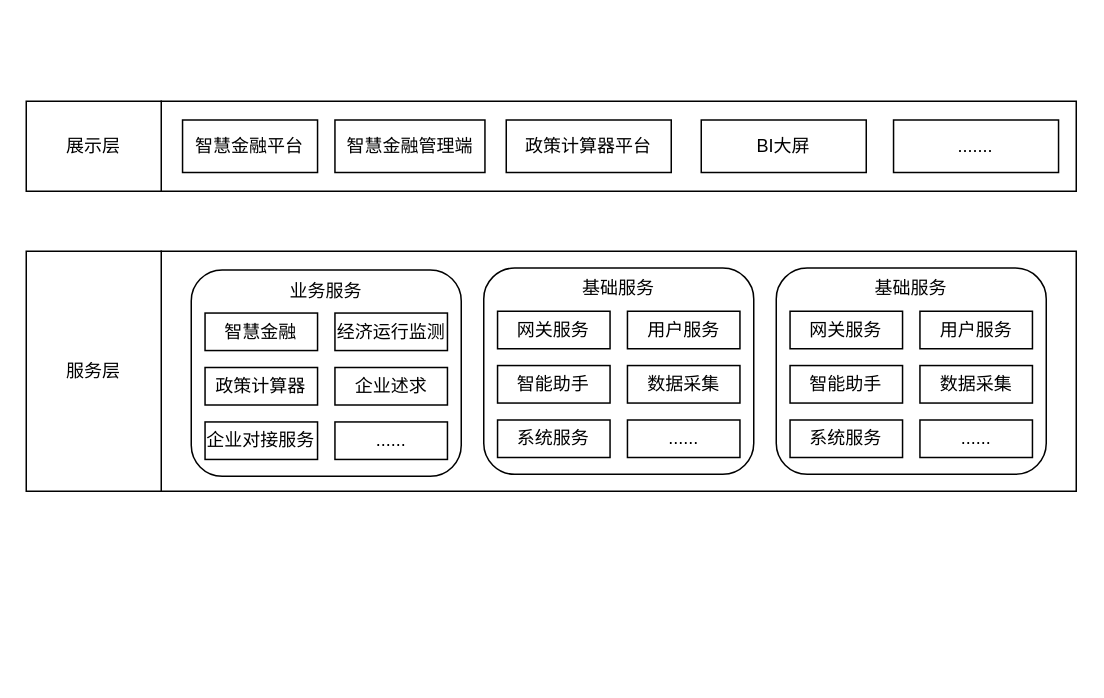
Before: yzs/智慧金融.drawio in yanglei1992/documents, a draw.io diagram. Source tidied: cells renumbered, new cells numbered last; positions are measured from the earlier drawing's top-left corner, leaving out a move shared by most shapes. Both pictures are drawn from the tidied source at 150%, with x=0, y=0 at pixel (26, 100).
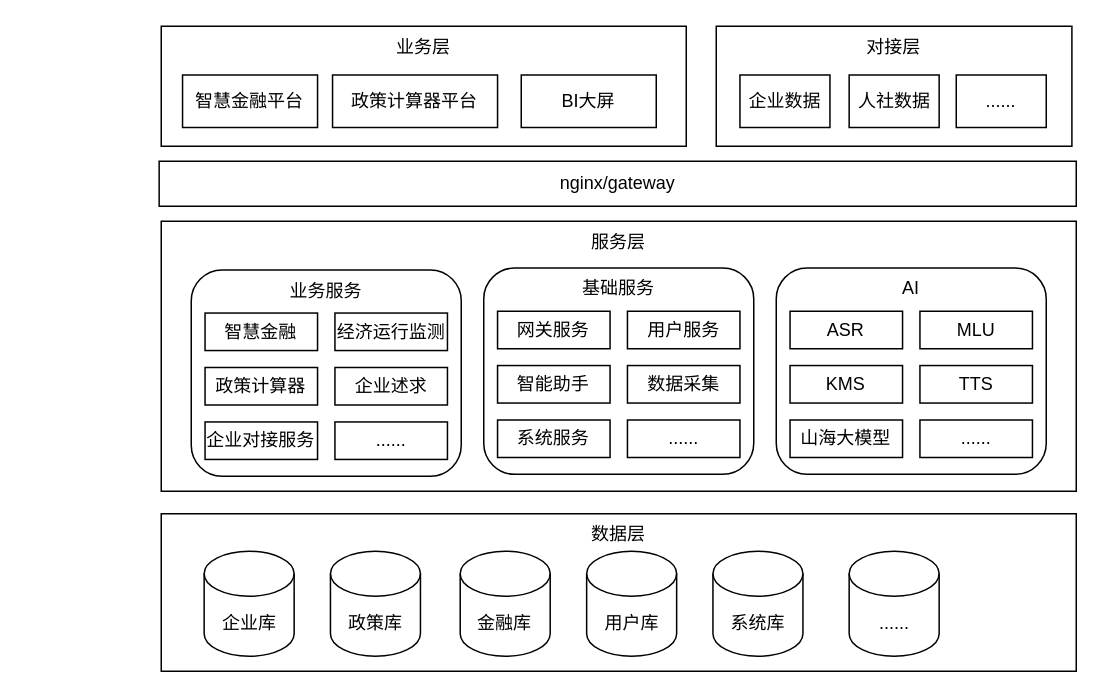
The same diagram, later.

Commit message (it also covers changes not shown here):
更新智慧金融.drawio

Change to the diagram source:
```diff
@@
-    <mxCell id="2" style="rounded=0;whiteSpace=wrap;html=1;" parent="1" vertex="1">
-      <mxGeometry x="90" width="610" height="60" as="geometry" />
+    <mxCell id="2" value="业务层" style="rounded=0;whiteSpace=wrap;html=1;verticalAlign=top;" parent="1" vertex="1">
+      <mxGeometry x="90" y="-50" width="350" height="80" as="geometry" />
     </mxCell>
     <mxCell id="3" value="智慧金融平台" style="rounded=0;whiteSpace=wrap;html=1;" parent="1" vertex="1">
-      <mxGeometry x="104.2" y="12.5" width="90" height="35" as="geometry" />
+      <mxGeometry x="104.2" y="-17.5" width="90" height="35" as="geometry" />
     </mxCell>
-    <mxCell id="4" value="展示层" style="rounded=0;whiteSpace=wrap;html=1;" parent="1" vertex="1">
-      <mxGeometry width="90" height="60" as="geometry" />
-    </mxCell>
     <mxCell id="5" value="政策计算器平台" style="rounded=0;whiteSpace=wrap;html=1;" parent="1" vertex="1">
-      <mxGeometry x="320" y="12.5" width="110" height="35" as="geometry" />
+      <mxGeometry x="204.2" y="-17.5" width="110" height="35" as="geometry" />
     </mxCell>
-    <mxCell id="6" value="智慧金融管理端" style="rounded=0;whiteSpace=wrap;html=1;" parent="1" vertex="1">
-      <mxGeometry x="205.8" y="12.5" width="100" height="35" as="geometry" />
-    </mxCell>
-    <mxCell id="7" value="......." style="rounded=0;whiteSpace=wrap;html=1;" parent="1" vertex="1">
-      <mxGeometry x="578.2" y="12.5" width="110" height="35" as="geometry" />
-    </mxCell>
-    <mxCell id="8" style="rounded=0;whiteSpace=wrap;html=1;" parent="1" vertex="1">
-      <mxGeometry x="90" y="100" width="610" height="160" as="geometry" />
+    <mxCell id="8" value="服务层" style="rounded=0;whiteSpace=wrap;html=1;verticalAlign=top;" parent="1" vertex="1">
+      <mxGeometry x="90" y="80" width="610" height="180" as="geometry" />
     </mxCell>
-    <mxCell id="9" value="服务层" style="rounded=0;whiteSpace=wrap;html=1;" parent="1" vertex="1">
-      <mxGeometry y="100" width="90" height="160" as="geometry" />
-    </mxCell>
@@
-    <mxCell id="24" value="&lt;div style=&quot;&quot;&gt;&lt;span style=&quot;background-color: initial;&quot;&gt;基础服务&lt;/span&gt;&lt;/div&gt;" style="rounded=1;whiteSpace=wrap;html=1;align=center;verticalAlign=top;" parent="1" vertex="1">
+    <mxCell id="24" value="&lt;div style=&quot;&quot;&gt;&lt;span style=&quot;background-color: initial;&quot;&gt;AI&lt;/span&gt;&lt;/div&gt;" style="rounded=1;whiteSpace=wrap;html=1;align=center;verticalAlign=top;" parent="1" vertex="1">
       <mxGeometry x="500" y="111.2" width="180" height="137.5" as="geometry" />
     </mxCell>
-    <mxCell id="25" value="网关服务" style="rounded=0;whiteSpace=wrap;html=1;" parent="1" vertex="1">
+    <mxCell id="25" value="ASR" style="rounded=0;whiteSpace=wrap;html=1;" parent="1" vertex="1">
       <mxGeometry x="509.2" y="140" width="75" height="25" as="geometry" />
     </mxCell>
-    <mxCell id="26" value="用户服务" style="rounded=0;whiteSpace=wrap;html=1;" parent="1" vertex="1">
+    <mxCell id="26" value="MLU" style="rounded=0;whiteSpace=wrap;html=1;" parent="1" vertex="1">
       <mxGeometry x="595.8" y="140" width="75" height="25" as="geometry" />
     </mxCell>
-    <mxCell id="27" value="智能助手" style="rounded=0;whiteSpace=wrap;html=1;" parent="1" vertex="1">
+    <mxCell id="27" value="KMS" style="rounded=0;whiteSpace=wrap;html=1;" parent="1" vertex="1">
       <mxGeometry x="509.2" y="176.2" width="75" height="25" as="geometry" />
     </mxCell>
-    <mxCell id="28" value="数据采集" style="rounded=0;whiteSpace=wrap;html=1;" parent="1" vertex="1">
+    <mxCell id="28" value="TTS" style="rounded=0;whiteSpace=wrap;html=1;" parent="1" vertex="1">
       <mxGeometry x="595.8" y="176.2" width="75" height="25" as="geometry" />
     </mxCell>
@@
-    <mxCell id="30" value="系统服务" style="rounded=0;whiteSpace=wrap;html=1;" parent="1" vertex="1">
+    <mxCell id="30" value="山海大模型" style="rounded=0;whiteSpace=wrap;html=1;" parent="1" vertex="1">
       <mxGeometry x="509.2" y="212.5" width="75" height="25" as="geometry" />
     </mxCell>
     <mxCell id="31" value="BI大屏" style="rounded=0;whiteSpace=wrap;html=1;" parent="1" vertex="1">
-      <mxGeometry x="450" y="12.5" width="110" height="35" as="geometry" />
+      <mxGeometry x="330" y="-17.5" width="90" height="35" as="geometry" />
     </mxCell>
+    <mxCell id="32" value="对接层" style="rounded=0;whiteSpace=wrap;html=1;verticalAlign=top;" parent="1" vertex="1">
+      <mxGeometry x="460" y="-50" width="237.1" height="80" as="geometry" />
+    </mxCell>
+    <mxCell id="33" value="企业数据" style="rounded=0;whiteSpace=wrap;html=1;" parent="1" vertex="1">
+      <mxGeometry x="475.8" y="-17.5" width="60" height="35" as="geometry" />
+    </mxCell>
+    <mxCell id="34" value="人社数据" style="rounded=0;whiteSpace=wrap;html=1;" parent="1" vertex="1">
+      <mxGeometry x="548.6" y="-17.5" width="60" height="35" as="geometry" />
+    </mxCell>
+    <mxCell id="35" value="......" style="rounded=0;whiteSpace=wrap;html=1;" parent="1" vertex="1">
+      <mxGeometry x="620" y="-17.5" width="60" height="35" as="geometry" />
+    </mxCell>
+    <mxCell id="36" value="nginx/gateway" style="rounded=0;whiteSpace=wrap;html=1;" parent="1" vertex="1">
+      <mxGeometry x="88.6" y="40" width="611.4" height="30" as="geometry" />
+    </mxCell>
+    <mxCell id="37" value="数据层" style="rounded=0;whiteSpace=wrap;html=1;verticalAlign=top;" parent="1" vertex="1">
+      <mxGeometry x="90" y="275" width="610" height="105" as="geometry" />
+    </mxCell>
+    <mxCell id="38" value="企业库" style="shape=cylinder3;whiteSpace=wrap;html=1;boundedLbl=1;backgroundOutline=1;size=15;" parent="1" vertex="1">
+      <mxGeometry x="118.6" y="300" width="60" height="70" as="geometry" />
+    </mxCell>
+    <mxCell id="39" value="政策库" style="shape=cylinder3;whiteSpace=wrap;html=1;boundedLbl=1;backgroundOutline=1;size=15;" parent="1" vertex="1">
+      <mxGeometry x="202.8" y="300" width="60" height="70" as="geometry" />
+    </mxCell>
+    <mxCell id="40" value="金融库" style="shape=cylinder3;whiteSpace=wrap;html=1;boundedLbl=1;backgroundOutline=1;size=15;" parent="1" vertex="1">
+      <mxGeometry x="289.3" y="300" width="60" height="70" as="geometry" />
+    </mxCell>
+    <mxCell id="41" value="用户库" style="shape=cylinder3;whiteSpace=wrap;html=1;boundedLbl=1;backgroundOutline=1;size=15;" parent="1" vertex="1">
+      <mxGeometry x="373.6" y="300" width="60" height="70" as="geometry" />
+    </mxCell>
+    <mxCell id="42" value="系统库" style="shape=cylinder3;whiteSpace=wrap;html=1;boundedLbl=1;backgroundOutline=1;size=15;" parent="1" vertex="1">
+      <mxGeometry x="457.8" y="300" width="60" height="70" as="geometry" />
+    </mxCell>
+    <mxCell id="43" value="......" style="shape=cylinder3;whiteSpace=wrap;html=1;boundedLbl=1;backgroundOutline=1;size=15;" parent="1" vertex="1">
+      <mxGeometry x="548.6" y="300" width="60" height="70" as="geometry" />
+    </mxCell>
```
